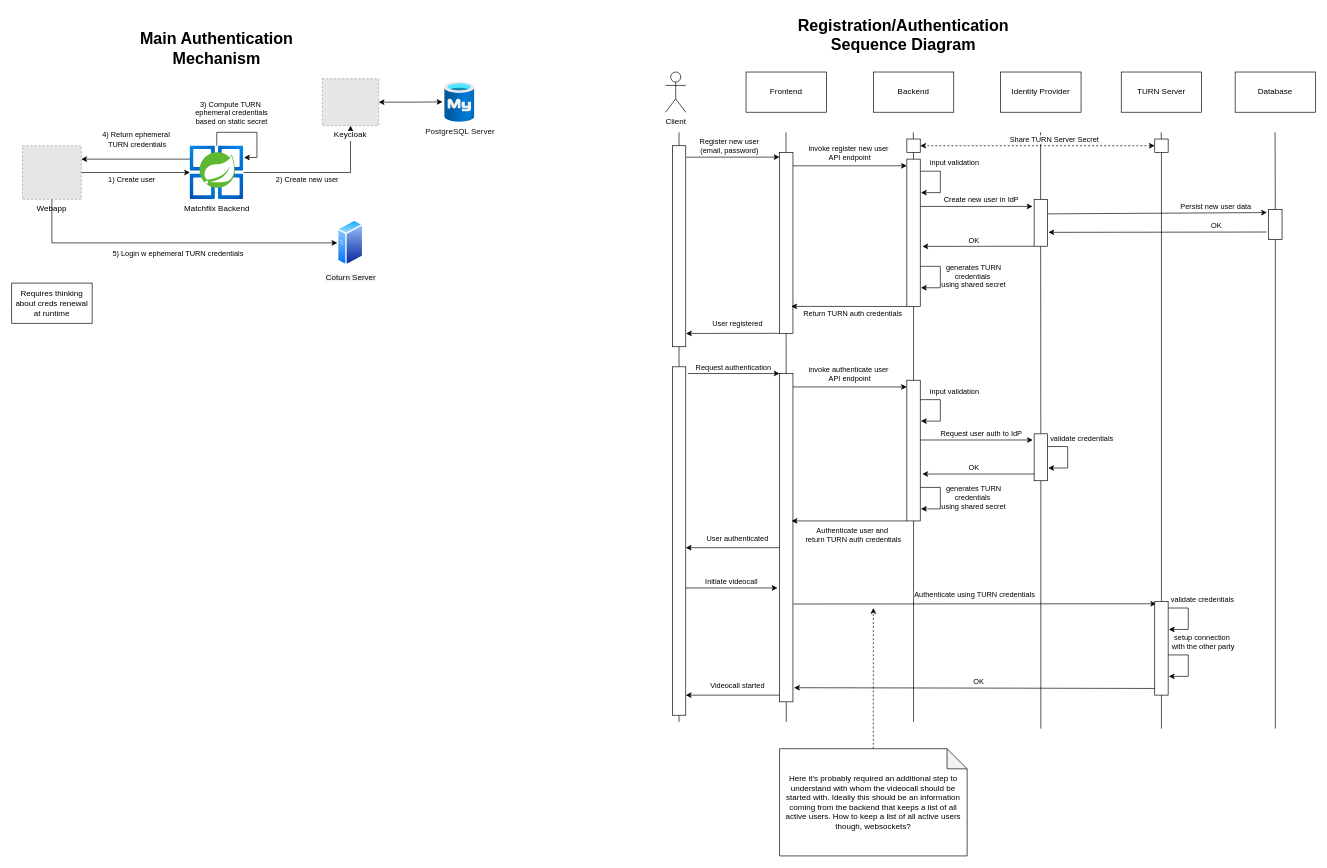
Above: page "Main Authentication Mechanism" (1 of 3) of Design/logical_arch_design.drawio in RunCor399/MatchFlix (draw.io), before the change. Source tidied: cells renumbered, new cells numbered last; positions are measured from the earlier drawing's top-left corner, leaving out a move shared by most shapes. Both pictures are drawn from the tidied source at 67%, with x=0, y=0 at pixel (11, 11). Pictures stored in the file or linked from it are replaced by grey dashed boxes.
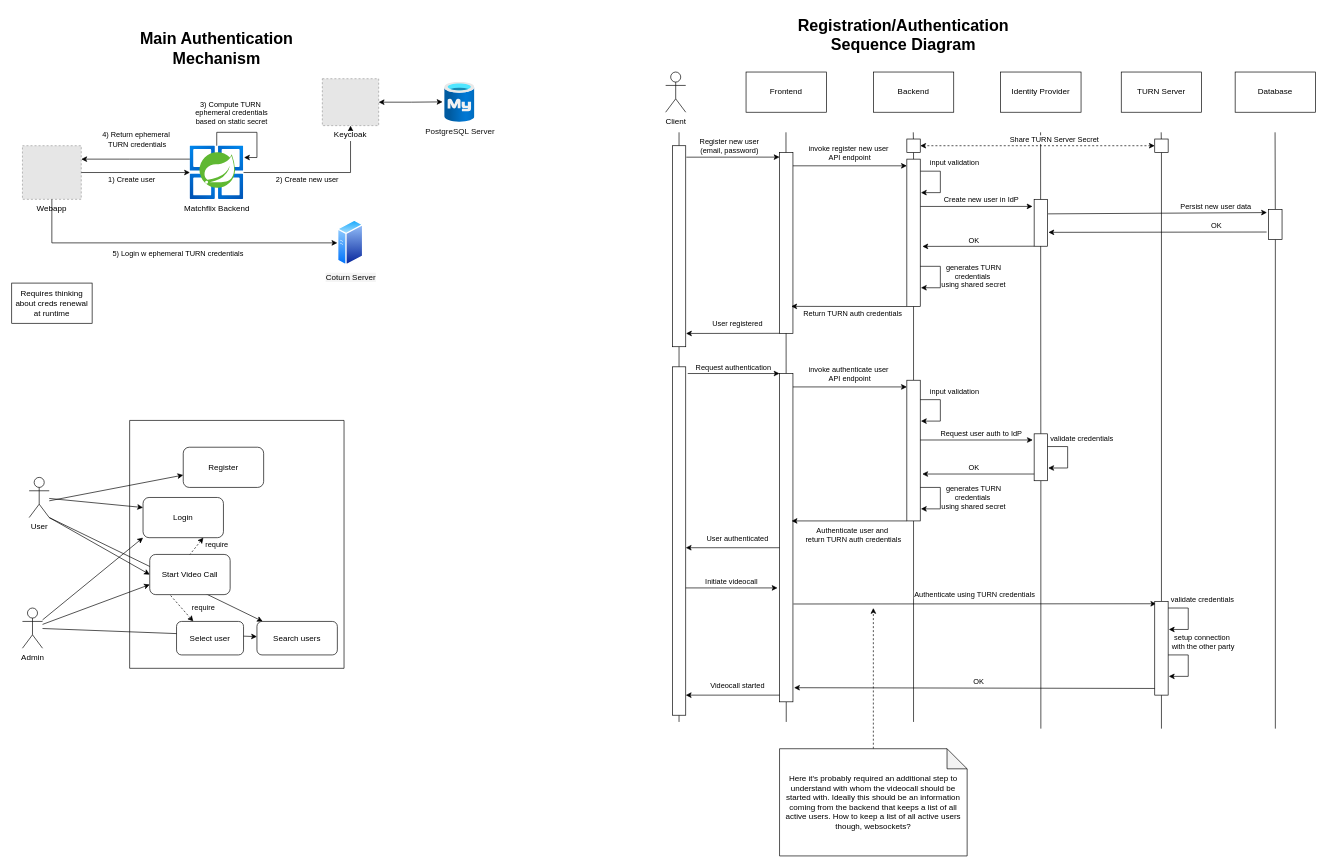
Above is the later version.

Commit message:
Added some use cases for Spring app

Diff of the diagram source:
```diff
@@
+    <mxCell id="108" style="endArrow=classic;html=1;rounded=0;exitX=1;exitY=1;exitDx=0;exitDy=0;exitPerimeter=0;" parent="1" edge="1" source="110" target="120">
+      <mxGeometry relative="1" as="geometry" />
+    </mxCell>
+    <mxCell id="109" style="endArrow=classic;html=1;rounded=0;" parent="1" edge="1" source="111" target="120">
+      <mxGeometry relative="1" as="geometry" />
+    </mxCell>
@@
+    <mxCell id="110" value="User" style="shape=umlActor;verticalLabelPosition=bottom;verticalAlign=top;html=1;outlineConnect=0;" parent="1" vertex="1">
+      <mxGeometry x="26" y="695" width="30" height="60" as="geometry" />
+    </mxCell>
+    <mxCell id="111" value="Admin" style="shape=umlActor;verticalLabelPosition=bottom;verticalAlign=top;html=1;outlineConnect=0;" parent="1" vertex="1">
+      <mxGeometry x="16" y="890" width="30" height="60" as="geometry" />
+    </mxCell>
+    <mxCell id="112" style="swimlane;startSize=0;" parent="1" vertex="1">
+      <mxGeometry x="176" y="610" width="320" height="370" as="geometry" />
+    </mxCell>
+    <mxCell id="113" value="Register" style="rounded=1;whiteSpace=wrap;html=1;" parent="112" vertex="1">
+      <mxGeometry x="80" y="40" width="120" height="60" as="geometry" />
+    </mxCell>
+    <mxCell id="114" value="Login" style="rounded=1;whiteSpace=wrap;html=1;" parent="112" vertex="1">
+      <mxGeometry x="20" y="115" width="120" height="60" as="geometry" />
+    </mxCell>
+    <mxCell id="115" value="Start Video Call" style="rounded=1;whiteSpace=wrap;html=1;" parent="112" vertex="1">
+      <mxGeometry x="30" y="200" width="120" height="60" as="geometry" />
+    </mxCell>
+    <mxCell id="116" style="endArrow=none;html=1;rounded=0;exitX=0.25;exitY=0;exitDx=0;exitDy=0;entryX=0.25;entryY=1;entryDx=0;entryDy=0;dashed=1;startFill=1;startArrow=classic;" parent="112" edge="1" source="121" target="115">
+      <mxGeometry relative="1" as="geometry" />
+    </mxCell>
+    <mxCell id="117" value="require" style="edgeLabel;html=1;align=center;verticalAlign=middle;" parent="116" vertex="1">
+      <mxGeometry x="0.05" y="1" relative="1" as="geometry">
+        <mxPoint x="34" as="offset" />
+      </mxGeometry>
+    </mxCell>
+    <mxCell id="118" style="endArrow=none;html=1;rounded=0;exitX=0.75;exitY=1;exitDx=0;exitDy=0;entryX=0.5;entryY=0;entryDx=0;entryDy=0;startFill=1;dashed=1;startArrow=classic;" parent="112" edge="1" source="114" target="115">
+      <mxGeometry relative="1" as="geometry" />
+    </mxCell>
+    <mxCell id="119" value="require" style="edgeLabel;html=1;align=center;verticalAlign=middle;" parent="118" vertex="1">
+      <mxGeometry x="-0.02" y="-2" relative="1" as="geometry">
+        <mxPoint x="31" y="-1" as="offset" />
+      </mxGeometry>
+    </mxCell>
+    <mxCell id="120" value="Search users" style="rounded=1;whiteSpace=wrap;html=1;" parent="112" vertex="1">
+      <mxGeometry x="190" y="300" width="120" height="50" as="geometry" />
+    </mxCell>
+    <mxCell id="121" value="Select user" style="rounded=1;whiteSpace=wrap;html=1;" parent="112" vertex="1">
+      <mxGeometry x="70" y="300" width="100" height="50" as="geometry" />
+    </mxCell>
+    <mxCell id="122" style="endArrow=classic;html=1;rounded=0;entryX=0;entryY=0.25;entryDx=0;entryDy=0;" parent="1" edge="1" source="110" target="114">
+      <mxGeometry relative="1" as="geometry" />
+    </mxCell>
+    <mxCell id="123" style="endArrow=classic;html=1;rounded=0;" parent="1" edge="1" target="113">
+      <mxGeometry relative="1" as="geometry">
+        <mxPoint x="56" y="730" as="sourcePoint" />
+      </mxGeometry>
+    </mxCell>
+    <mxCell id="124" style="endArrow=classic;html=1;rounded=0;entryX=0;entryY=1;entryDx=0;entryDy=0;" parent="1" edge="1" source="111" target="114">
+      <mxGeometry relative="1" as="geometry" />
+    </mxCell>
+    <mxCell id="125" style="endArrow=classic;html=1;rounded=0;exitX=1;exitY=1;exitDx=0;exitDy=0;exitPerimeter=0;entryX=0;entryY=0.5;entryDx=0;entryDy=0;" parent="1" edge="1" source="110" target="115">
+      <mxGeometry relative="1" as="geometry" />
+    </mxCell>
+    <mxCell id="126" style="endArrow=classic;html=1;rounded=0;entryX=0;entryY=0.75;entryDx=0;entryDy=0;" parent="1" edge="1" source="111" target="115">
+      <mxGeometry relative="1" as="geometry" />
+    </mxCell>
```
